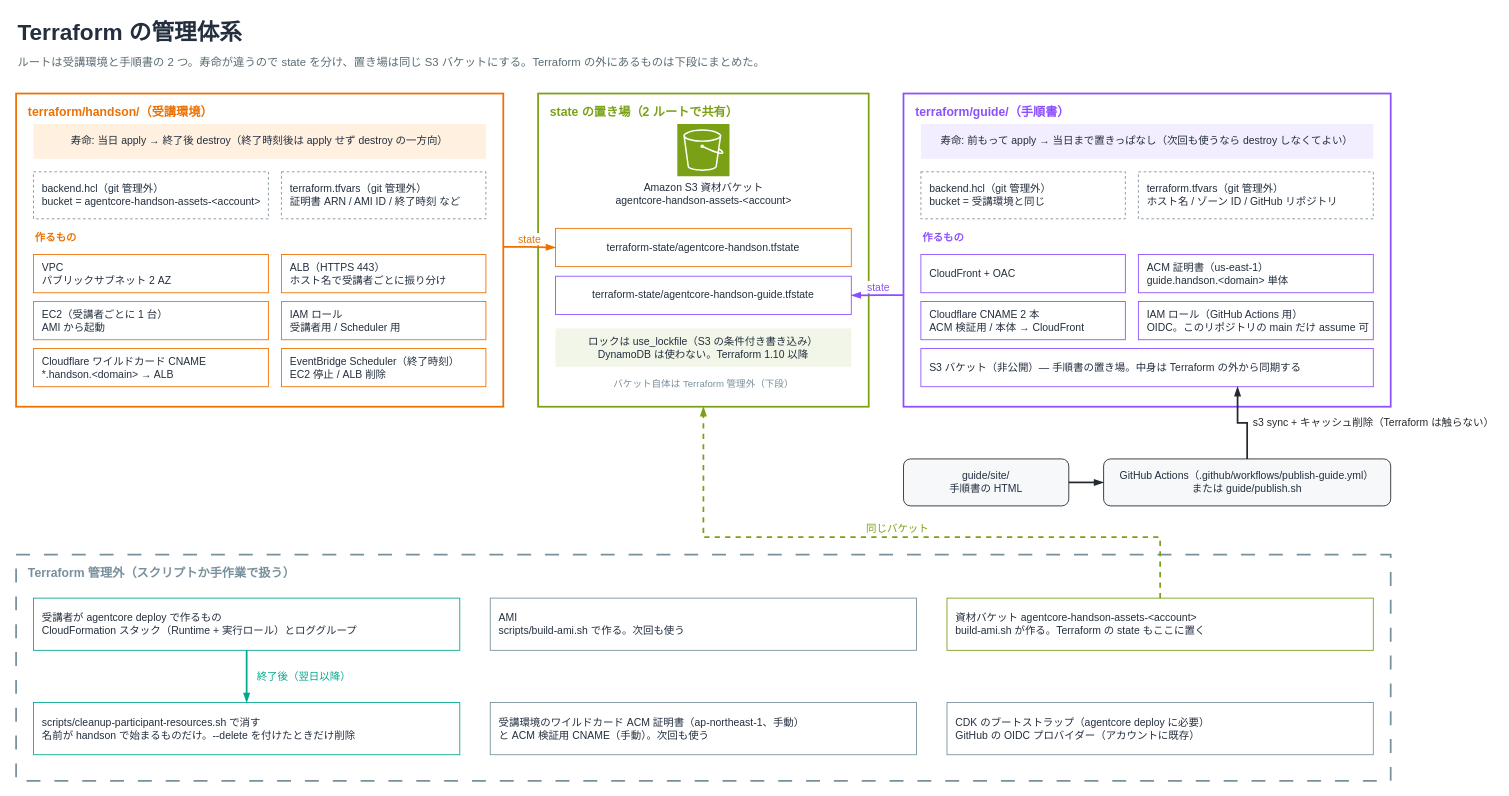
Earlier version of the draw.io diagram docs/images/terraform-layout.drawio (umitsu-tech/agentcore-handson-env). Source tidied: cells renumbered, new cells numbered last; positions are measured from the earlier drawing's top-left corner, leaving out a move shared by most shapes. Both pictures are drawn from the tidied source at 87%, with x=0, y=0 at pixel (16, 15).
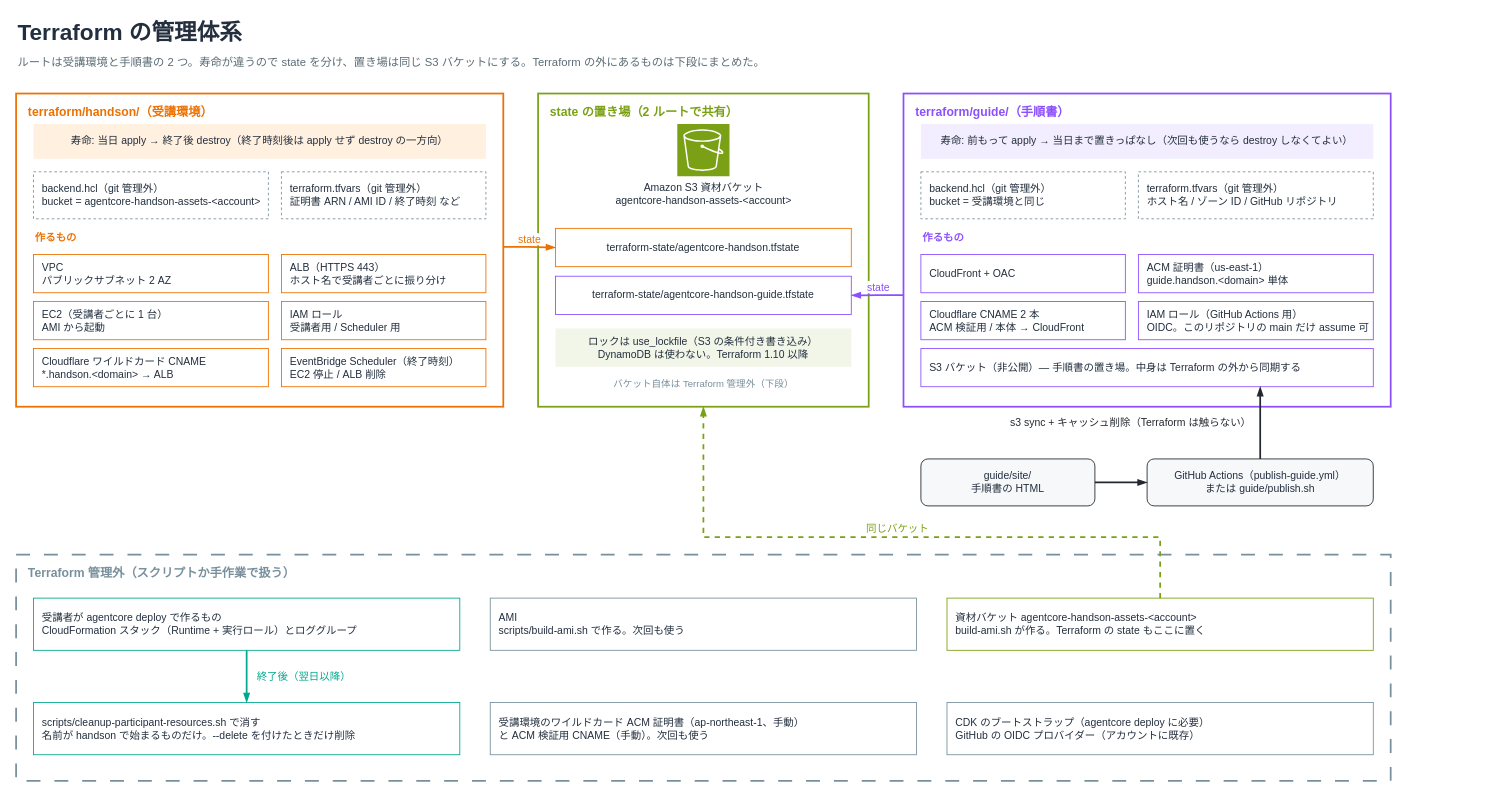
Above is the later version.

Commit message (it also covers changes not shown here):
図の矢印の折れとラベルの重なりを直す (#55)

The change refers to these unchanged cells:
```xml
<mxCell id="30" value="S3 バケット（非公開）— 手順書の置き場。中身は Terraform の外から同期する" style="rounded=0;whiteSpace=wrap;html=1;strokeColor=#8C4FFF;fillColor=#FFFFFF;align=left;verticalAlign=middle;spacingLeft=8;fontSize=12;fontColor=#232F3E;" parent="1" vertex="1">
  <mxGeometry x="1040" y="383" width="520" height="44" as="geometry" />
</mxCell>
```

The edit, as a diff of the source:
```diff
@@
     <mxCell id="31" value="guide/site/&lt;br&gt;手順書の HTML" style="rounded=1;whiteSpace=wrap;html=1;strokeColor=#24292F;fillColor=#F6F8FA;align=center;verticalAlign=middle;fontSize=12;fontColor=#232F3E;" parent="1" vertex="1">
-      <mxGeometry x="1020" y="510" width="190" height="54" as="geometry" />
+      <mxGeometry x="1040" y="510" width="200" height="54" as="geometry" />
     </mxCell>
-    <mxCell id="32" value="GitHub Actions（.github/workflows/publish-guide.yml）&lt;br&gt;または guide/publish.sh" style="rounded=1;whiteSpace=wrap;html=1;strokeColor=#24292F;fillColor=#F6F8FA;align=center;verticalAlign=middle;fontSize=12;fontColor=#232F3E;" parent="1" vertex="1">
-      <mxGeometry x="1250" y="510" width="330" height="54" as="geometry" />
+    <mxCell id="32" value="GitHub Actions（publish-guide.yml）&lt;br&gt;または guide/publish.sh" style="rounded=1;whiteSpace=wrap;html=1;strokeColor=#24292F;fillColor=#F6F8FA;align=center;verticalAlign=middle;fontSize=12;fontColor=#232F3E;" parent="1" vertex="1">
+      <mxGeometry x="1300" y="510" width="260" height="54" as="geometry" />
     </mxCell>
@@
-    <mxCell id="34" style="edgeStyle=orthogonalEdgeStyle;rounded=0;html=1;strokeWidth=2;strokeColor=#24292F;endArrow=blockThin;endFill=1;exitX=0.5;exitY=0;exitDx=0;exitDy=0;entryX=0.7;entryY=1;entryDx=0;entryDy=0;" parent="1" edge="1" source="32" target="30">
+    <mxCell id="34" style="edgeStyle=orthogonalEdgeStyle;rounded=0;html=1;strokeWidth=2;strokeColor=#24292F;endArrow=blockThin;endFill=1;exitX=0.5;exitY=0;exitDx=0;exitDy=0;entryX=0.75;entryY=1;entryDx=0;entryDy=0;" parent="1" edge="1" source="32" target="30">
       <mxGeometry relative="1" as="geometry" />
     </mxCell>
-    <mxCell id="35" value="s3 sync + キャッシュ削除（Terraform は触らない）" style="edgeLabel;html=1;align=left;verticalAlign=middle;fontSize=12;fontColor=#24292F;labelBackgroundColor=#FFFFFF;" parent="34" vertex="1">
+    <mxCell id="35" value="s3 sync + キャッシュ削除（Terraform は触らない）" style="edgeLabel;html=1;align=right;verticalAlign=middle;fontSize=12;fontColor=#24292F;labelBackgroundColor=#FFFFFF;" parent="34" vertex="1">
       <mxGeometry relative="1" as="geometry">
-        <mxPoint x="10" as="offset" />
+        <mxPoint x="-10" as="offset" />
       </mxGeometry>
     </mxCell>
```
